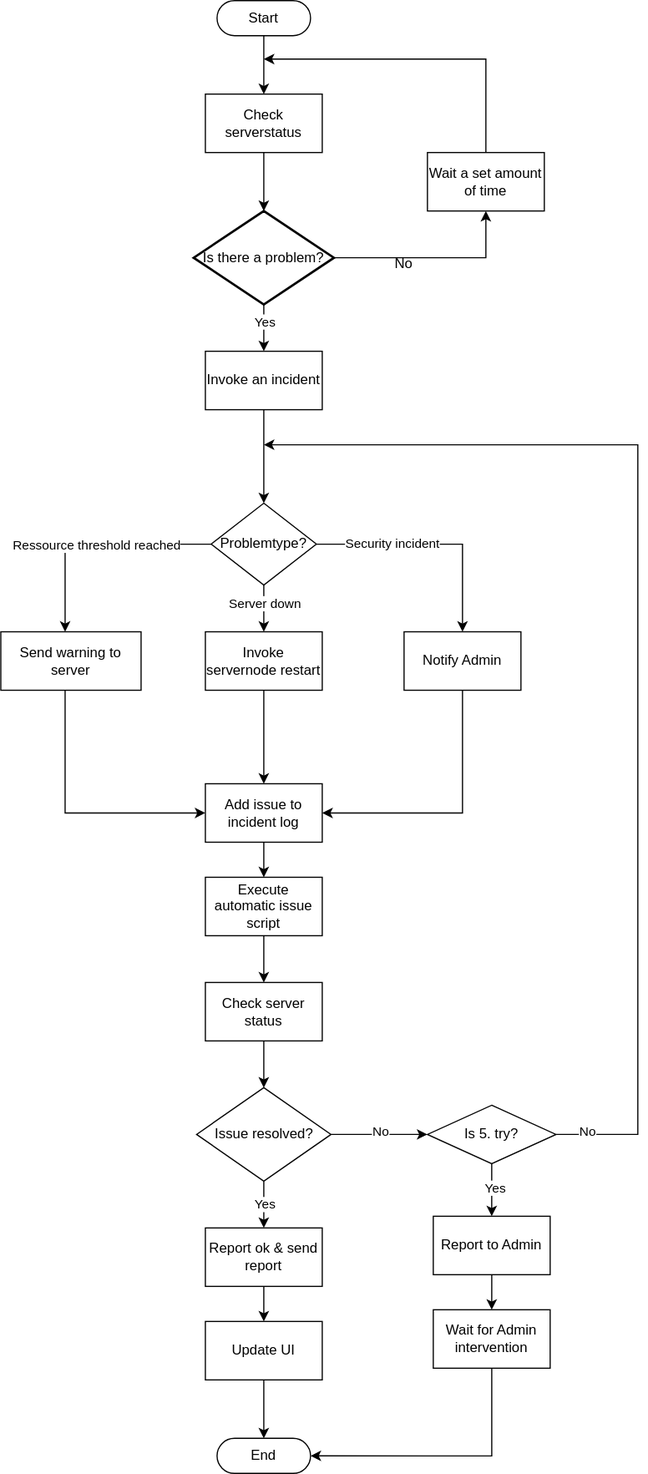
Above: Workflow_Diagrams/ManagementServer_StatusCheck.drawio.svg in GeorgRohrhofer/tepor (draw.io), before the change. Source tidied: cells renumbered, new cells last; positions are measured from the earlier drawing's top-left corner, leaving out a move shared by most shapes. Its diagram source:
```xml
<mxGraphModel>
  <root>
    <mxCell id="0" />
    <mxCell id="1" parent="0" />
    <mxCell id="2" style="edgeStyle=orthogonalEdgeStyle;rounded=0;jettySize=auto;html=1;entryX=0.5;entryY=0;entryDx=0;entryDy=0;" parent="1" edge="1" source="3" target="4">
      <mxGeometry relative="1" as="geometry" />
    </mxCell>
    <mxCell id="3" value="Start" style="html=1;dashed=0;whiteSpace=wrap;shape=mxgraph.dfd.start;" parent="1" vertex="1">
      <mxGeometry x="185" width="80" height="30" as="geometry" />
    </mxCell>
    <mxCell id="4" value="Check serverstatus" style="html=1;dashed=0;whiteSpace=wrap;" parent="1" vertex="1">
      <mxGeometry x="175" y="80" width="100" height="50" as="geometry" />
    </mxCell>
    <mxCell id="5" style="edgeStyle=orthogonalEdgeStyle;rounded=0;jettySize=auto;html=1;entryX=0.5;entryY=1;entryDx=0;entryDy=0;" parent="1" edge="1" source="8" target="11">
      <mxGeometry relative="1" as="geometry" />
    </mxCell>
    <mxCell id="6" style="edgeStyle=orthogonalEdgeStyle;rounded=0;jettySize=auto;html=1;entryX=0.5;entryY=0;entryDx=0;entryDy=0;" parent="1" edge="1" source="8" target="14">
      <mxGeometry relative="1" as="geometry" />
    </mxCell>
    <mxCell id="7" value="Yes" style="edgeLabel;html=1;align=center;verticalAlign=middle;" parent="6" vertex="1">
      <mxGeometry x="-0.27" y="1" relative="1" as="geometry" />
    </mxCell>
    <mxCell id="8" value="Is there a problem?" style="strokeWidth=2;html=1;shape=mxgraph.flowchart.decision;whiteSpace=wrap;" parent="1" vertex="1">
      <mxGeometry x="165" y="180" width="120" height="80" as="geometry" />
    </mxCell>
    <mxCell id="9" style="edgeStyle=orthogonalEdgeStyle;rounded=0;jettySize=auto;html=1;entryX=0.5;entryY=0;entryDx=0;entryDy=0;entryPerimeter=0;" parent="1" edge="1" source="4" target="8">
      <mxGeometry relative="1" as="geometry" />
    </mxCell>
    <mxCell id="10" style="edgeStyle=orthogonalEdgeStyle;rounded=0;jettySize=auto;html=1;" parent="1" edge="1" source="11">
      <mxGeometry relative="1" as="geometry">
        <mxPoint x="225" y="50" as="targetPoint" />
        <Array as="points">
          <mxPoint x="415" y="50" />
        </Array>
      </mxGeometry>
    </mxCell>
    <mxCell id="11" value="Wait a set amount of time" style="html=1;dashed=0;whiteSpace=wrap;" parent="1" vertex="1">
      <mxGeometry x="365" y="130" width="100" height="50" as="geometry" />
    </mxCell>
    <mxCell id="12" value="No" style="text;html=1;whiteSpace=wrap;strokeColor=none;fillColor=none;align=center;verticalAlign=middle;rounded=0;" parent="1" vertex="1">
      <mxGeometry x="315" y="210" width="60" height="30" as="geometry" />
    </mxCell>
    <mxCell id="13" style="edgeStyle=orthogonalEdgeStyle;rounded=0;jettySize=auto;html=1;entryX=0.5;entryY=0;entryDx=0;entryDy=0;" parent="1" edge="1" source="14" target="21">
      <mxGeometry relative="1" as="geometry" />
    </mxCell>
    <mxCell id="14" value="Invoke an incident" style="html=1;dashed=0;whiteSpace=wrap;" parent="1" vertex="1">
      <mxGeometry x="175" y="300" width="100" height="50" as="geometry" />
    </mxCell>
    <mxCell id="15" style="edgeStyle=orthogonalEdgeStyle;rounded=0;jettySize=auto;html=1;entryX=0.5;entryY=0;entryDx=0;entryDy=0;" parent="1" edge="1" source="21" target="27">
      <mxGeometry relative="1" as="geometry" />
    </mxCell>
    <mxCell id="16" value="Security incident" style="edgeLabel;html=1;align=center;verticalAlign=middle;" parent="15" vertex="1">
      <mxGeometry x="-0.35" relative="1" as="geometry" />
    </mxCell>
    <mxCell id="17" style="edgeStyle=orthogonalEdgeStyle;rounded=0;jettySize=auto;html=1;entryX=0.5;entryY=0;entryDx=0;entryDy=0;" parent="1" edge="1" source="21" target="25">
      <mxGeometry relative="1" as="geometry" />
    </mxCell>
    <mxCell id="18" value="Server down" style="edgeLabel;html=1;align=center;verticalAlign=middle;" parent="17" vertex="1">
      <mxGeometry x="-0.2" y="1" relative="1" as="geometry" />
    </mxCell>
    <mxCell id="19" style="edgeStyle=orthogonalEdgeStyle;rounded=0;jettySize=auto;html=1;entryX=0.5;entryY=0;entryDx=0;entryDy=0;" parent="1" edge="1" source="21">
      <mxGeometry relative="1" as="geometry">
        <mxPoint x="55" y="540" as="targetPoint" />
      </mxGeometry>
    </mxCell>
    <mxCell id="20" value="Ressource threshold reached" style="edgeLabel;html=1;align=center;verticalAlign=middle;" parent="19" vertex="1">
      <mxGeometry x="-0.02" y="1" relative="1" as="geometry" />
    </mxCell>
    <mxCell id="21" value="Problemtype?" style="shape=rhombus;html=1;dashed=0;whiteSpace=wrap;perimeter=rhombusPerimeter;" parent="1" vertex="1">
      <mxGeometry x="180" y="430" width="90" height="70" as="geometry" />
    </mxCell>
    <mxCell id="22" style="edgeStyle=orthogonalEdgeStyle;rounded=0;jettySize=auto;html=1;entryX=0;entryY=0.5;entryDx=0;entryDy=0;" parent="1" edge="1" target="29">
      <mxGeometry relative="1" as="geometry">
        <mxPoint x="55" y="590" as="sourcePoint" />
        <Array as="points">
          <mxPoint x="55" y="695" />
        </Array>
      </mxGeometry>
    </mxCell>
    <mxCell id="23" value="Send warning to server" style="html=1;dashed=0;whiteSpace=wrap;" parent="1" vertex="1">
      <mxGeometry y="540" width="120" height="50" as="geometry" />
    </mxCell>
    <mxCell id="24" style="edgeStyle=orthogonalEdgeStyle;rounded=0;jettySize=auto;html=1;" parent="1" edge="1" source="25" target="29">
      <mxGeometry relative="1" as="geometry" />
    </mxCell>
    <mxCell id="25" value="Invoke servernode restart" style="html=1;dashed=0;whiteSpace=wrap;" parent="1" vertex="1">
      <mxGeometry x="175" y="540" width="100" height="50" as="geometry" />
    </mxCell>
    <mxCell id="26" style="edgeStyle=orthogonalEdgeStyle;rounded=0;jettySize=auto;html=1;entryX=1;entryY=0.5;entryDx=0;entryDy=0;" parent="1" edge="1" source="27" target="29">
      <mxGeometry relative="1" as="geometry">
        <Array as="points">
          <mxPoint x="395" y="695" />
        </Array>
      </mxGeometry>
    </mxCell>
    <mxCell id="27" value="Notify Admin" style="html=1;dashed=0;whiteSpace=wrap;" parent="1" vertex="1">
      <mxGeometry x="345" y="540" width="100" height="50" as="geometry" />
    </mxCell>
    <mxCell id="28" style="edgeStyle=orthogonalEdgeStyle;rounded=0;jettySize=auto;html=1;entryX=0.5;entryY=0;entryDx=0;entryDy=0;" parent="1" edge="1" source="29" target="31">
      <mxGeometry relative="1" as="geometry" />
    </mxCell>
    <mxCell id="29" value="Add issue to incident log" style="html=1;dashed=0;whiteSpace=wrap;" parent="1" vertex="1">
      <mxGeometry x="175" y="670" width="100" height="50" as="geometry" />
    </mxCell>
    <mxCell id="30" style="edgeStyle=orthogonalEdgeStyle;rounded=0;jettySize=auto;html=1;" parent="1" edge="1" source="31" target="33">
      <mxGeometry relative="1" as="geometry" />
    </mxCell>
    <mxCell id="31" value="Execute automatic issue script" style="html=1;dashed=0;whiteSpace=wrap;" parent="1" vertex="1">
      <mxGeometry x="175" y="750" width="100" height="50" as="geometry" />
    </mxCell>
    <mxCell id="32" style="edgeStyle=orthogonalEdgeStyle;rounded=0;jettySize=auto;html=1;entryX=0.5;entryY=0;entryDx=0;entryDy=0;" parent="1" edge="1" source="33" target="38">
      <mxGeometry relative="1" as="geometry" />
    </mxCell>
    <mxCell id="33" value="Check server status" style="html=1;dashed=0;whiteSpace=wrap;" parent="1" vertex="1">
      <mxGeometry x="175" y="840" width="100" height="50" as="geometry" />
    </mxCell>
    <mxCell id="34" style="edgeStyle=orthogonalEdgeStyle;rounded=0;jettySize=auto;html=1;entryX=0.5;entryY=0;entryDx=0;entryDy=0;" parent="1" edge="1" source="38" target="40">
      <mxGeometry relative="1" as="geometry" />
    </mxCell>
    <mxCell id="35" value="Yes" style="edgeLabel;html=1;align=center;verticalAlign=middle;" parent="34" vertex="1">
      <mxGeometry y="1" relative="1" as="geometry" />
    </mxCell>
    <mxCell id="36" style="edgeStyle=orthogonalEdgeStyle;rounded=0;jettySize=auto;html=1;entryX=0;entryY=0.5;entryDx=0;entryDy=0;" parent="1" edge="1" source="38" target="48">
      <mxGeometry relative="1" as="geometry" />
    </mxCell>
    <mxCell id="37" value="No" style="edgeLabel;html=1;align=center;verticalAlign=middle;" parent="36" vertex="1">
      <mxGeometry x="0.02" y="2" relative="1" as="geometry" />
    </mxCell>
    <mxCell id="38" value="Issue resolved?" style="shape=rhombus;html=1;dashed=0;whiteSpace=wrap;perimeter=rhombusPerimeter;" parent="1" vertex="1">
      <mxGeometry x="167.5" y="930" width="115" height="80" as="geometry" />
    </mxCell>
    <mxCell id="39" style="edgeStyle=orthogonalEdgeStyle;rounded=0;jettySize=auto;html=1;entryX=0.5;entryY=0;entryDx=0;entryDy=0;" parent="1" edge="1" source="40" target="41">
      <mxGeometry relative="1" as="geometry" />
    </mxCell>
    <mxCell id="40" value="Report ok &amp;amp; send report" style="html=1;dashed=0;whiteSpace=wrap;" parent="1" vertex="1">
      <mxGeometry x="175" y="1050" width="100" height="50" as="geometry" />
    </mxCell>
    <mxCell id="41" value="Update UI" style="html=1;dashed=0;whiteSpace=wrap;" parent="1" vertex="1">
      <mxGeometry x="175" y="1130" width="100" height="50" as="geometry" />
    </mxCell>
    <mxCell id="42" value="End" style="html=1;dashed=0;whiteSpace=wrap;shape=mxgraph.dfd.start;" parent="1" vertex="1">
      <mxGeometry x="185" y="1230" width="80" height="30" as="geometry" />
    </mxCell>
    <mxCell id="43" style="edgeStyle=orthogonalEdgeStyle;rounded=0;jettySize=auto;html=1;entryX=0.5;entryY=0.5;entryDx=0;entryDy=-15;entryPerimeter=0;" parent="1" edge="1" source="41" target="42">
      <mxGeometry relative="1" as="geometry" />
    </mxCell>
    <mxCell id="44" style="edgeStyle=orthogonalEdgeStyle;rounded=0;jettySize=auto;html=1;" parent="1" edge="1" source="48">
      <mxGeometry relative="1" as="geometry">
        <mxPoint x="225" y="380" as="targetPoint" />
        <Array as="points">
          <mxPoint x="545" y="970" />
          <mxPoint x="545" y="380" />
        </Array>
      </mxGeometry>
    </mxCell>
    <mxCell id="45" value="No" style="edgeLabel;html=1;align=center;verticalAlign=middle;" parent="44" vertex="1">
      <mxGeometry x="-0.94" y="2" relative="1" as="geometry" />
    </mxCell>
    <mxCell id="46" style="edgeStyle=orthogonalEdgeStyle;rounded=0;jettySize=auto;html=1;entryX=0.5;entryY=0;entryDx=0;entryDy=0;" parent="1" edge="1" source="48" target="50">
      <mxGeometry relative="1" as="geometry" />
    </mxCell>
    <mxCell id="47" value="Yes" style="edgeLabel;html=1;align=center;verticalAlign=middle;" parent="46" vertex="1">
      <mxGeometry x="-0.08" y="3" relative="1" as="geometry" />
    </mxCell>
    <mxCell id="48" value="Is 5. try?" style="shape=rhombus;html=1;dashed=0;whiteSpace=wrap;perimeter=rhombusPerimeter;" parent="1" vertex="1">
      <mxGeometry x="365" y="945" width="110" height="50" as="geometry" />
    </mxCell>
    <mxCell id="49" style="edgeStyle=orthogonalEdgeStyle;rounded=0;jettySize=auto;html=1;entryX=0.5;entryY=0;entryDx=0;entryDy=0;" parent="1" edge="1" source="50" target="51">
      <mxGeometry relative="1" as="geometry" />
    </mxCell>
    <mxCell id="50" value="Report to Admin" style="html=1;dashed=0;whiteSpace=wrap;" parent="1" vertex="1">
      <mxGeometry x="370" y="1040" width="100" height="50" as="geometry" />
    </mxCell>
    <mxCell id="51" value="Wait for Admin intervention" style="html=1;dashed=0;whiteSpace=wrap;" parent="1" vertex="1">
      <mxGeometry x="370" y="1120" width="100" height="50" as="geometry" />
    </mxCell>
    <mxCell id="52" style="edgeStyle=orthogonalEdgeStyle;rounded=0;jettySize=auto;html=1;entryX=1;entryY=0.5;entryDx=0;entryDy=0;entryPerimeter=0;" parent="1" edge="1" source="51" target="42">
      <mxGeometry relative="1" as="geometry">
        <Array as="points">
          <mxPoint x="420" y="1245" />
        </Array>
      </mxGeometry>
    </mxCell>
  </root>
</mxGraphModel>
```
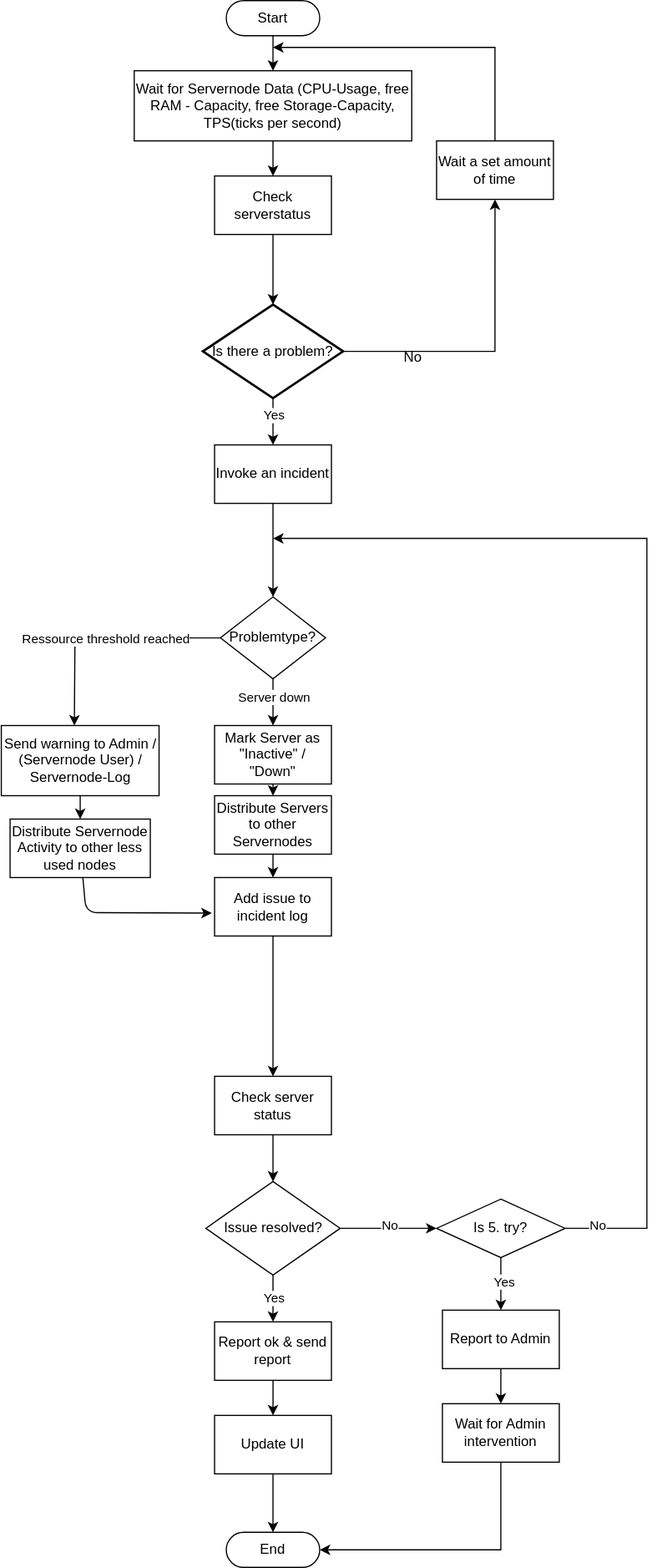
After the commit.

Commit message:
docs(workflow): Repaired ManagementServer Status Check to include issues raised during review.

What changed in the source:
```diff
@@ -2,14 +2,14 @@
   <root>
     <mxCell id="0" />
     <mxCell id="1" parent="0" />
-    <mxCell id="2" style="edgeStyle=orthogonalEdgeStyle;rounded=0;jettySize=auto;html=1;entryX=0.5;entryY=0;entryDx=0;entryDy=0;" parent="1" edge="1" source="3" target="4">
-      <mxGeometry relative="1" as="geometry" />
-    </mxCell>
     <mxCell id="3" value="Start" style="html=1;dashed=0;whiteSpace=wrap;shape=mxgraph.dfd.start;" parent="1" vertex="1">
-      <mxGeometry x="185" width="80" height="30" as="geometry" />
+      <mxGeometry x="185" y="-80" width="80" height="30" as="geometry" />
     </mxCell>
+    <mxCell id="9" style="edgeStyle=none;html=1;entryX=0.5;entryY=0;entryDx=0;entryDy=0;entryPerimeter=0;" parent="1" edge="1" source="4" target="8">
+      <mxGeometry relative="1" as="geometry" />
+    </mxCell>
     <mxCell id="4" value="Check serverstatus" style="html=1;dashed=0;whiteSpace=wrap;" parent="1" vertex="1">
-      <mxGeometry x="175" y="80" width="100" height="50" as="geometry" />
+      <mxGeometry x="175" y="70" width="100" height="50" as="geometry" />
     </mxCell>
     <mxCell id="5" style="edgeStyle=orthogonalEdgeStyle;rounded=0;jettySize=auto;html=1;entryX=0.5;entryY=1;entryDx=0;entryDy=0;" parent="1" edge="1" source="8" target="11">
       <mxGeometry relative="1" as="geometry" />
@@ -23,19 +23,16 @@
     <mxCell id="8" value="Is there a problem?" style="strokeWidth=2;html=1;shape=mxgraph.flowchart.decision;whiteSpace=wrap;" parent="1" vertex="1">
       <mxGeometry x="165" y="180" width="120" height="80" as="geometry" />
     </mxCell>
-    <mxCell id="9" style="edgeStyle=orthogonalEdgeStyle;rounded=0;jettySize=auto;html=1;entryX=0.5;entryY=0;entryDx=0;entryDy=0;entryPerimeter=0;" parent="1" edge="1" source="4" target="8">
-      <mxGeometry relative="1" as="geometry" />
-    </mxCell>
     <mxCell id="10" style="edgeStyle=orthogonalEdgeStyle;rounded=0;jettySize=auto;html=1;" parent="1" edge="1" source="11">
       <mxGeometry relative="1" as="geometry">
-        <mxPoint x="225" y="50" as="targetPoint" />
+        <mxPoint x="225" y="-40" as="targetPoint" />
         <Array as="points">
-          <mxPoint x="415" y="50" />
+          <mxPoint x="415" y="-40" />
         </Array>
       </mxGeometry>
     </mxCell>
     <mxCell id="11" value="Wait a set amount of time" style="html=1;dashed=0;whiteSpace=wrap;" parent="1" vertex="1">
-      <mxGeometry x="365" y="130" width="100" height="50" as="geometry" />
+      <mxGeometry x="365" y="40" width="100" height="50" as="geometry" />
     </mxCell>
     <mxCell id="12" value="No" style="text;html=1;whiteSpace=wrap;strokeColor=none;fillColor=none;align=center;verticalAlign=middle;rounded=0;" parent="1" vertex="1">
       <mxGeometry x="315" y="210" width="60" height="30" as="geometry" />
@@ -46,12 +43,6 @@
     <mxCell id="14" value="Invoke an incident" style="html=1;dashed=0;whiteSpace=wrap;" parent="1" vertex="1">
       <mxGeometry x="175" y="300" width="100" height="50" as="geometry" />
     </mxCell>
-    <mxCell id="15" style="edgeStyle=orthogonalEdgeStyle;rounded=0;jettySize=auto;html=1;entryX=0.5;entryY=0;entryDx=0;entryDy=0;" parent="1" edge="1" source="21" target="27">
-      <mxGeometry relative="1" as="geometry" />
-    </mxCell>
-    <mxCell id="16" value="Security incident" style="edgeLabel;html=1;align=center;verticalAlign=middle;" parent="15" vertex="1">
-      <mxGeometry x="-0.35" relative="1" as="geometry" />
-    </mxCell>
     <mxCell id="17" style="edgeStyle=orthogonalEdgeStyle;rounded=0;jettySize=auto;html=1;entryX=0.5;entryY=0;entryDx=0;entryDy=0;" parent="1" edge="1" source="21" target="25">
       <mxGeometry relative="1" as="geometry" />
     </mxCell>
@@ -69,45 +60,24 @@
     <mxCell id="21" value="Problemtype?" style="shape=rhombus;html=1;dashed=0;whiteSpace=wrap;perimeter=rhombusPerimeter;" parent="1" vertex="1">
       <mxGeometry x="180" y="430" width="90" height="70" as="geometry" />
     </mxCell>
-    <mxCell id="22" style="edgeStyle=orthogonalEdgeStyle;rounded=0;jettySize=auto;html=1;entryX=0;entryY=0.5;entryDx=0;entryDy=0;" parent="1" edge="1" target="29">
-      <mxGeometry relative="1" as="geometry">
-        <mxPoint x="55" y="590" as="sourcePoint" />
-        <Array as="points">
-          <mxPoint x="55" y="695" />
-        </Array>
-      </mxGeometry>
-    </mxCell>
+    <mxCell id="53" style="edgeStyle=none;html=1;entryX=0.5;entryY=0;entryDx=0;entryDy=0;" parent="1" edge="1" source="23" target="60">
+      <mxGeometry relative="1" as="geometry" />
+    </mxCell>
-    <mxCell id="23" value="Send warning to server" style="html=1;dashed=0;whiteSpace=wrap;" parent="1" vertex="1">
-      <mxGeometry y="540" width="120" height="50" as="geometry" />
+    <mxCell id="23" value="Send warning to Admin / (Servernode User) / Servernode-Log" style="html=1;dashed=0;whiteSpace=wrap;" parent="1" vertex="1">
+      <mxGeometry x="-7.5" y="540" width="135" height="60" as="geometry" />
     </mxCell>
-    <mxCell id="24" style="edgeStyle=orthogonalEdgeStyle;rounded=0;jettySize=auto;html=1;" parent="1" edge="1" source="25" target="29">
-      <mxGeometry relative="1" as="geometry" />
-    </mxCell>
+    <mxCell id="54" style="edgeStyle=none;html=1;entryX=0.5;entryY=0;entryDx=0;entryDy=0;" parent="1" edge="1" source="25" target="59">
+      <mxGeometry relative="1" as="geometry" />
+    </mxCell>
-    <mxCell id="25" value="Invoke servernode restart" style="html=1;dashed=0;whiteSpace=wrap;" parent="1" vertex="1">
+    <mxCell id="25" value="Mark Server as &quot;Inactive&quot; / &quot;Down&quot;" style="html=1;dashed=0;whiteSpace=wrap;" parent="1" vertex="1">
       <mxGeometry x="175" y="540" width="100" height="50" as="geometry" />
     </mxCell>
-    <mxCell id="26" style="edgeStyle=orthogonalEdgeStyle;rounded=0;jettySize=auto;html=1;entryX=1;entryY=0.5;entryDx=0;entryDy=0;" parent="1" edge="1" source="27" target="29">
-      <mxGeometry relative="1" as="geometry">
-        <Array as="points">
-          <mxPoint x="395" y="695" />
-        </Array>
-      </mxGeometry>
-    </mxCell>
-    <mxCell id="27" value="Notify Admin" style="html=1;dashed=0;whiteSpace=wrap;" parent="1" vertex="1">
-      <mxGeometry x="345" y="540" width="100" height="50" as="geometry" />
-    </mxCell>
-    <mxCell id="28" style="edgeStyle=orthogonalEdgeStyle;rounded=0;jettySize=auto;html=1;entryX=0.5;entryY=0;entryDx=0;entryDy=0;" parent="1" edge="1" source="29" target="31">
+    <mxCell id="28" style="edgeStyle=orthogonalEdgeStyle;rounded=0;jettySize=auto;html=1;entryX=0.5;entryY=0;entryDx=0;entryDy=0;" parent="1" edge="1" source="29" target="33">
       <mxGeometry relative="1" as="geometry" />
     </mxCell>
     <mxCell id="29" value="Add issue to incident log" style="html=1;dashed=0;whiteSpace=wrap;" parent="1" vertex="1">
       <mxGeometry x="175" y="670" width="100" height="50" as="geometry" />
     </mxCell>
-    <mxCell id="30" style="edgeStyle=orthogonalEdgeStyle;rounded=0;jettySize=auto;html=1;" parent="1" edge="1" source="31" target="33">
-      <mxGeometry relative="1" as="geometry" />
-    </mxCell>
-    <mxCell id="31" value="Execute automatic issue script" style="html=1;dashed=0;whiteSpace=wrap;" parent="1" vertex="1">
-      <mxGeometry x="175" y="750" width="100" height="50" as="geometry" />
-    </mxCell>
     <mxCell id="32" style="edgeStyle=orthogonalEdgeStyle;rounded=0;jettySize=auto;html=1;entryX=0.5;entryY=0;entryDx=0;entryDy=0;" parent="1" edge="1" source="33" target="38">
       <mxGeometry relative="1" as="geometry" />
     </mxCell>
@@ -181,5 +151,30 @@
         </Array>
       </mxGeometry>
     </mxCell>
+    <mxCell id="55" style="edgeStyle=none;html=1;entryX=0.5;entryY=0;entryDx=0;entryDy=0;" parent="1" edge="1" source="56" target="4">
+      <mxGeometry relative="1" as="geometry" />
+    </mxCell>
+    <mxCell id="56" value="Wait for Servernode Data (CPU-Usage, free RAM - Capacity, free Storage-Capacity, TPS(ticks per second)" style="html=1;dashed=0;whiteSpace=wrap;" parent="1" vertex="1">
+      <mxGeometry x="106.2" y="-20" width="237.5" height="60" as="geometry" />
+    </mxCell>
+    <mxCell id="57" style="edgeStyle=none;html=1;entryX=0.5;entryY=0;entryDx=0;entryDy=0;" parent="1" edge="1" source="3" target="56">
+      <mxGeometry relative="1" as="geometry" />
+    </mxCell>
+    <mxCell id="58" style="edgeStyle=none;html=1;entryX=0.5;entryY=0;entryDx=0;entryDy=0;" parent="1" edge="1" source="59" target="29">
+      <mxGeometry relative="1" as="geometry" />
+    </mxCell>
+    <mxCell id="59" value="Distribute Servers to other Servernodes" style="html=1;dashed=0;whiteSpace=wrap;" parent="1" vertex="1">
+      <mxGeometry x="175" y="600" width="100" height="50" as="geometry" />
+    </mxCell>
+    <mxCell id="60" value="Distribute Servernode Activity to other less used nodes" style="html=1;dashed=0;whiteSpace=wrap;" parent="1" vertex="1">
+      <mxGeometry y="620" width="120" height="50" as="geometry" />
+    </mxCell>
+    <mxCell id="61" style="edgeStyle=none;html=1;entryX=-0.024;entryY=0.608;entryDx=0;entryDy=0;entryPerimeter=0;" parent="1" edge="1" source="60" target="29">
+      <mxGeometry relative="1" as="geometry">
+        <Array as="points">
+          <mxPoint x="65" y="700" />
+        </Array>
+      </mxGeometry>
+    </mxCell>
   </root>
 </mxGraphModel>
```
